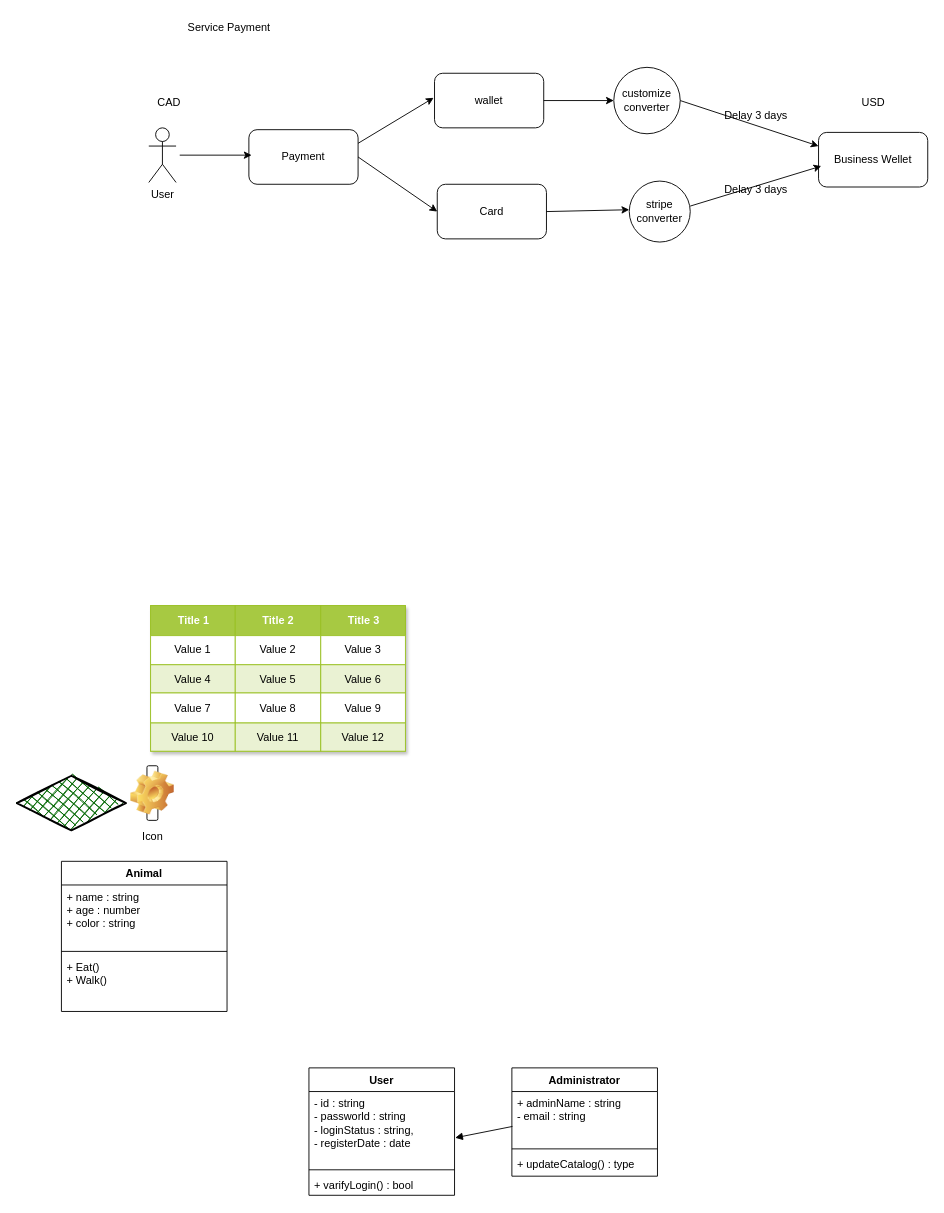
mamun4023/diagrams keeps this draw.io diagram as service payment.drawio. Above is the earlier version. Source tidied: cells renumbered, new cells numbered last; positions are measured from the earlier drawing's top-left corner, leaving out a move shared by most shapes. Both pictures are drawn from the tidied source at 91%, with x=0, y=0 at pixel (16, 15).
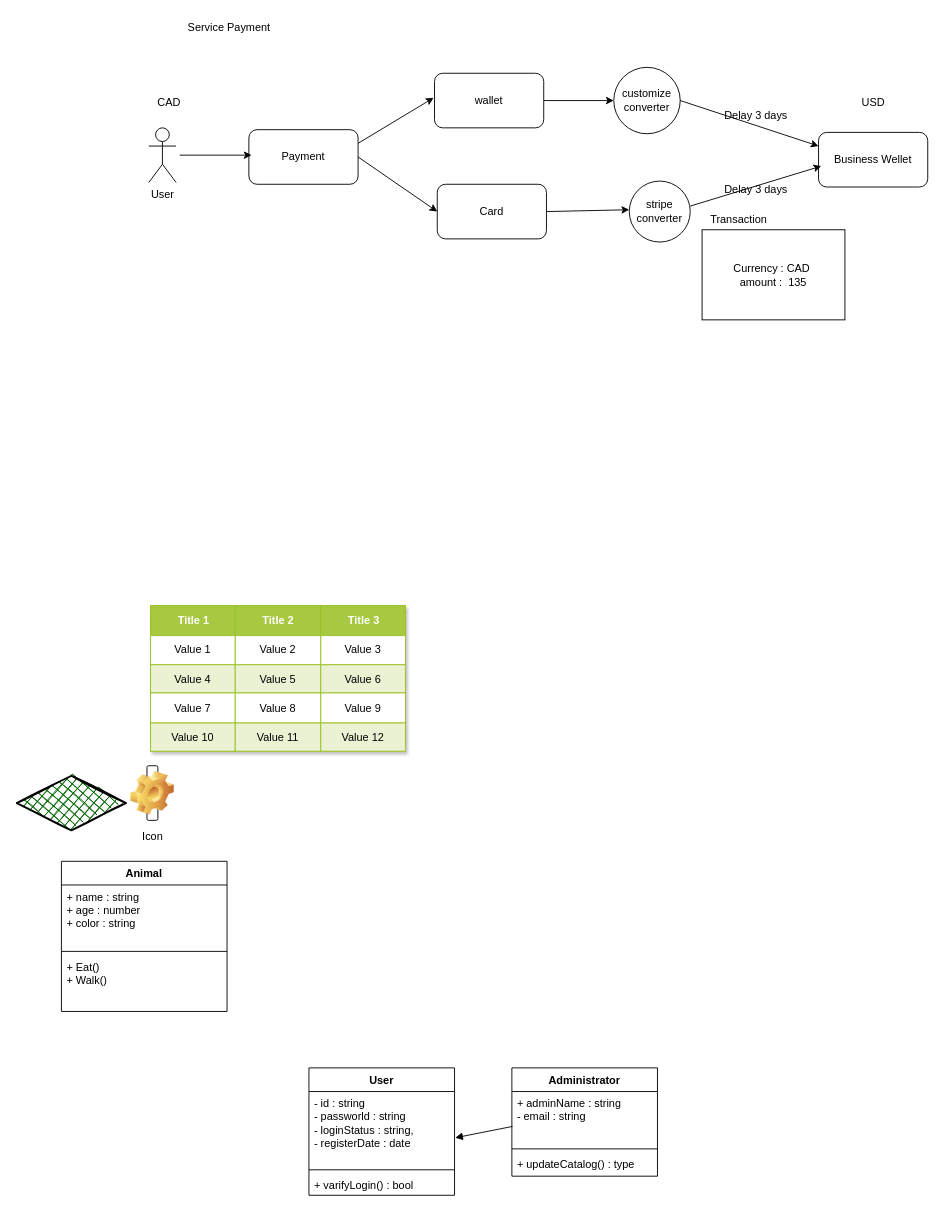
The same page after the edit.

The edit, as a diff of the source:
```diff
@@
+    <mxCell id="57" style="group;" parent="1" vertex="1">
+      <mxGeometry x="753" y="211" width="157" height="123" as="geometry" />
+    </mxCell>
+    <mxCell id="58" value="Currency : CAD&amp;nbsp;&lt;br&gt;amount :&amp;nbsp; 135" style="rounded=0;whiteSpace=wrap;html=1;" parent="57" vertex="1">
+      <mxGeometry y="24" width="157" height="99" as="geometry" />
+    </mxCell>
+    <mxCell id="59" value="Transaction" style="text;html=1;align=center;verticalAlign=middle;strokeColor=none;fillColor=none;" parent="57" vertex="1">
+      <mxGeometry width="80" height="26" as="geometry" />
+    </mxCell>
```
